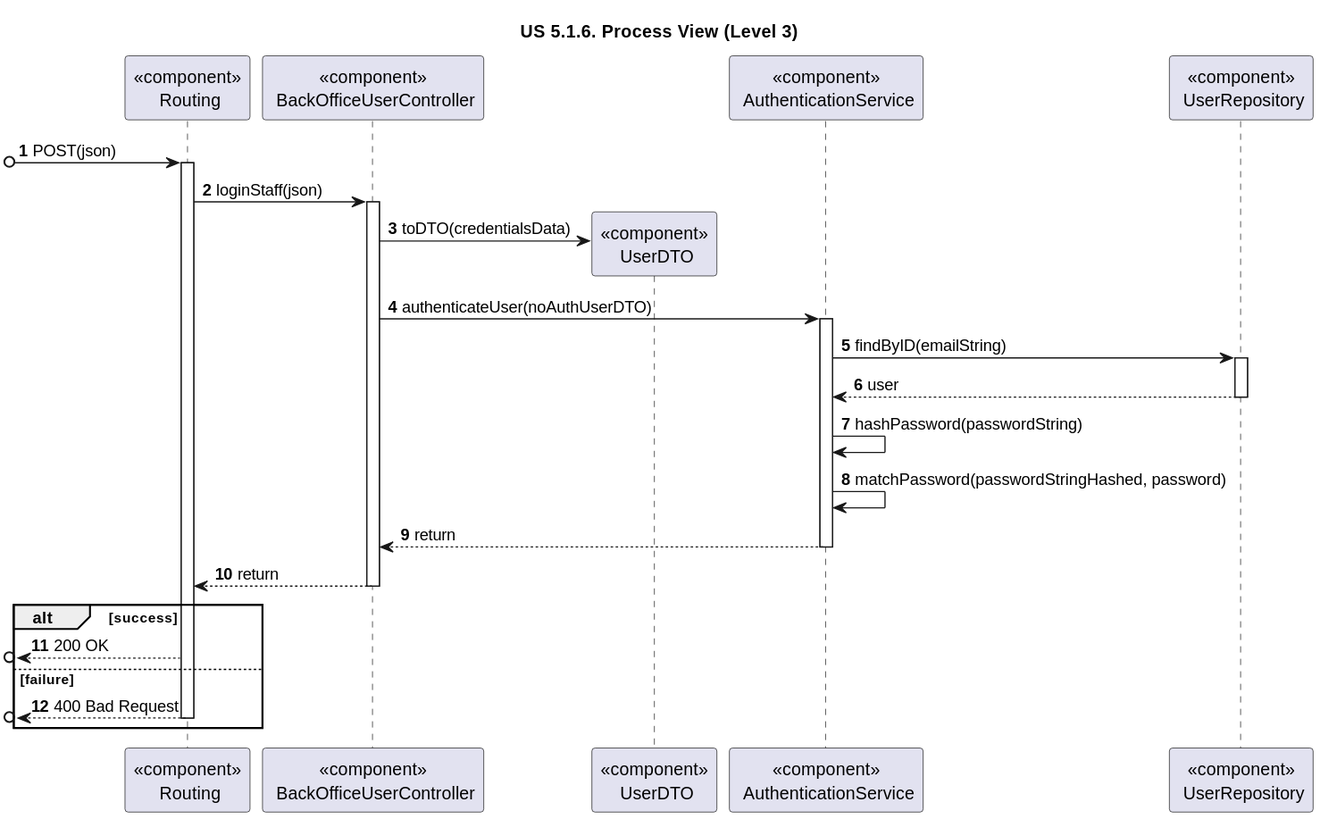
Above: docs/sprint-1/us-5.1.6/Process_View/Level-3/us6-process-view-lvl3.svg in rita-barbosa/LAPR5-2425 (PlantUML), before the change.
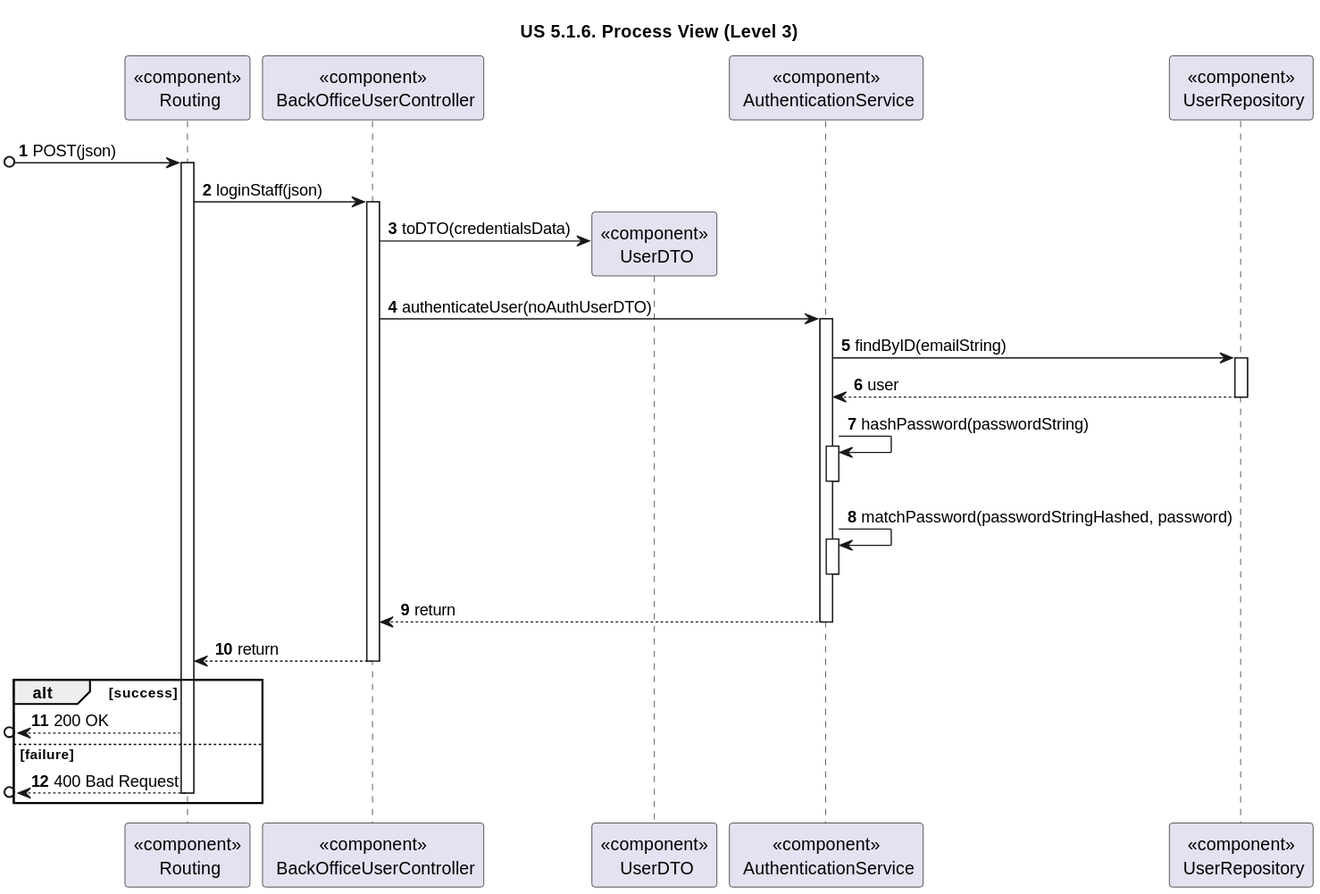
The same file after the commit.

Diff of the diagram source:
```diff
@@ -32,8 +32,12 @@
 deactivate AUTHRepo
 
 AUTHServ -> AUTHServ : hashPassword(passwordString)
+activate AUTHServ
+deactivate AUTHServ
 
 AUTHServ -> AUTHServ : matchPassword(passwordStringHashed, password)
+activate AUTHServ
+deactivate AUTHServ
 
 AUTHServ --> CONTROL : return
 deactivate AUTHServ
```
